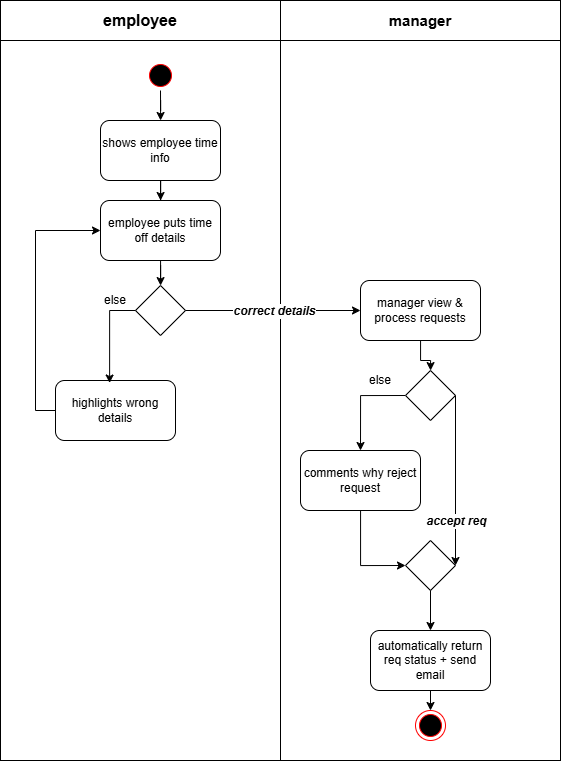
This is task1/manageTime_activityDiagram.drawio.png from zieadkh/Mentorship, a draw.io export, as it was before one commit. Source tidied: cells renumbered, new cells last; positions are measured from the earlier drawing's top-left corner, leaving out a move shared by most shapes.
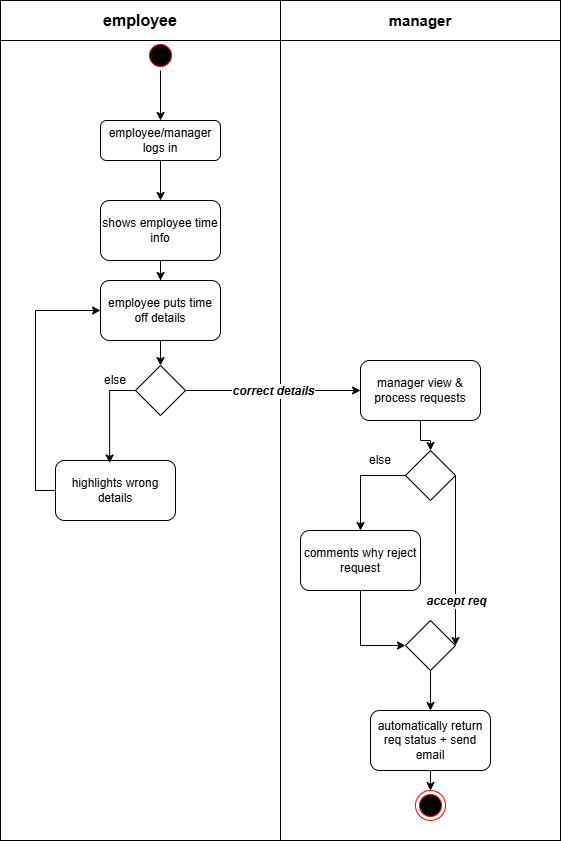
Above is the later version.

What changed in the source:
```diff
@@ -3,7 +3,7 @@
     <mxCell id="0" />
     <mxCell id="1" parent="0" />
     <mxCell id="2" style="rounded=0;whiteSpace=wrap;html=1;" parent="1" vertex="1">
-      <mxGeometry width="280" height="760" as="geometry" />
+      <mxGeometry y="-80" width="280" height="840" as="geometry" />
     </mxCell>
     <mxCell id="3" style="edgeStyle=orthogonalEdgeStyle;rounded=0;jettySize=auto;html=1;" parent="1" edge="1" source="4" target="8">
       <mxGeometry relative="1" as="geometry" />
@@ -11,11 +11,11 @@
     <mxCell id="4" value="shows employee time info" style="rounded=1;whiteSpace=wrap;html=1;" parent="1" vertex="1">
       <mxGeometry x="100" y="120" width="120" height="60" as="geometry" />
     </mxCell>
-    <mxCell id="5" style="edgeStyle=orthogonalEdgeStyle;rounded=0;jettySize=auto;html=1;" parent="1" edge="1" source="6" target="4">
+    <mxCell id="5" style="edgeStyle=orthogonalEdgeStyle;rounded=0;jettySize=auto;html=1;entryX=0.5;entryY=0;entryDx=0;entryDy=0;" parent="1" edge="1" source="6" target="34">
       <mxGeometry relative="1" as="geometry" />
     </mxCell>
     <mxCell id="6" style="ellipse;html=1;shape=startState;fillColor=#000000;strokeColor=#ff0000;" parent="1" vertex="1">
-      <mxGeometry x="145" y="60" width="30" height="30" as="geometry" />
+      <mxGeometry x="145" y="-40" width="30" height="30" as="geometry" />
     </mxCell>
     <mxCell id="7" style="edgeStyle=orthogonalEdgeStyle;rounded=0;jettySize=auto;html=1;" parent="1" edge="1" source="8" target="9">
       <mxGeometry relative="1" as="geometry" />
@@ -27,13 +27,13 @@
       <mxGeometry x="135" y="285" width="50" height="50" as="geometry" />
     </mxCell>
     <mxCell id="10" style="rounded=0;whiteSpace=wrap;html=1;" parent="1" vertex="1">
-      <mxGeometry x="280" width="280" height="760" as="geometry" />
+      <mxGeometry x="280" y="-80" width="280" height="840" as="geometry" />
     </mxCell>
     <mxCell id="11" value="&lt;b&gt;&lt;font style=&quot;font-size: 16px;&quot;&gt;employee&lt;/font&gt;&lt;/b&gt;" style="rounded=0;whiteSpace=wrap;html=1;" parent="1" vertex="1">
-      <mxGeometry width="280" height="40" as="geometry" />
+      <mxGeometry y="-80" width="280" height="40" as="geometry" />
     </mxCell>
     <mxCell id="12" value="&lt;b&gt;&lt;font style=&quot;font-size: 15px;&quot;&gt;manager&lt;/font&gt;&lt;/b&gt;" style="rounded=0;whiteSpace=wrap;html=1;" parent="1" vertex="1">
-      <mxGeometry x="280" width="280" height="40" as="geometry" />
+      <mxGeometry x="280" y="-80" width="280" height="40" as="geometry" />
     </mxCell>
     <mxCell id="13" style="edgeStyle=orthogonalEdgeStyle;rounded=0;jettySize=auto;html=1;" parent="1" edge="1" source="14" target="27">
       <mxGeometry relative="1" as="geometry" />
@@ -97,5 +97,11 @@
     <mxCell id="32" value="else" style="text;html=1;whiteSpace=wrap;strokeColor=none;fillColor=none;align=center;verticalAlign=middle;rounded=0;" parent="1" vertex="1">
       <mxGeometry x="350" y="365" width="60" height="30" as="geometry" />
     </mxCell>
+    <mxCell id="33" style="edgeStyle=orthogonalEdgeStyle;rounded=0;jettySize=auto;html=1;exitX=0.5;exitY=1;exitDx=0;exitDy=0;entryX=0.5;entryY=0;entryDx=0;entryDy=0;" parent="1" edge="1" source="34" target="4">
+      <mxGeometry relative="1" as="geometry" />
+    </mxCell>
+    <mxCell id="34" value="employee/manager logs in" style="rounded=1;whiteSpace=wrap;html=1;" parent="1" vertex="1">
+      <mxGeometry x="100" y="40" width="120" height="40" as="geometry" />
+    </mxCell>
   </root>
 </mxGraphModel>
```
